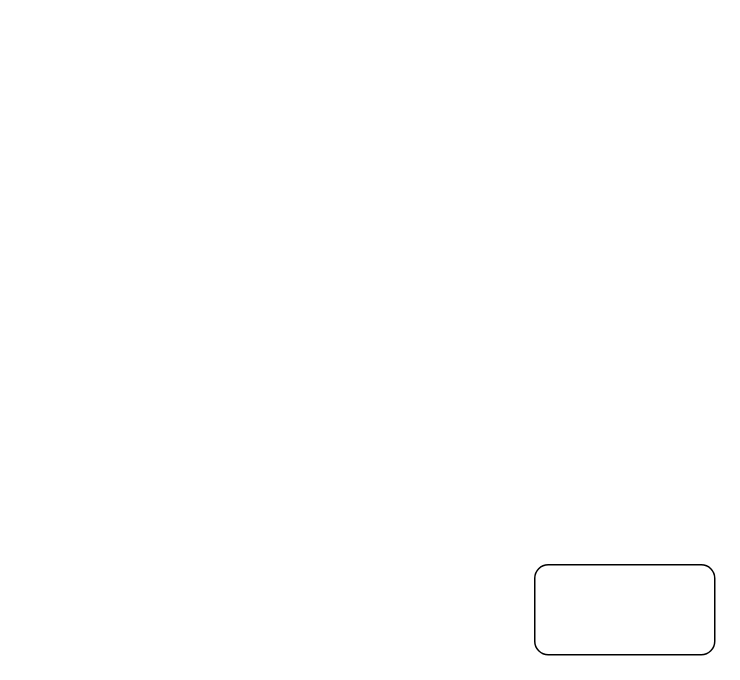
The draw.io diagram 未命名绘图.drawio in nicolas-pu/draw, before the edit. Source tidied: cells renumbered, new cells numbered last; positions are measured from the earlier drawing's top-left corner, leaving out a move shared by most shapes. Both pictures are drawn from the tidied source at 150%, with x=0, y=0 at pixel (534, 564).
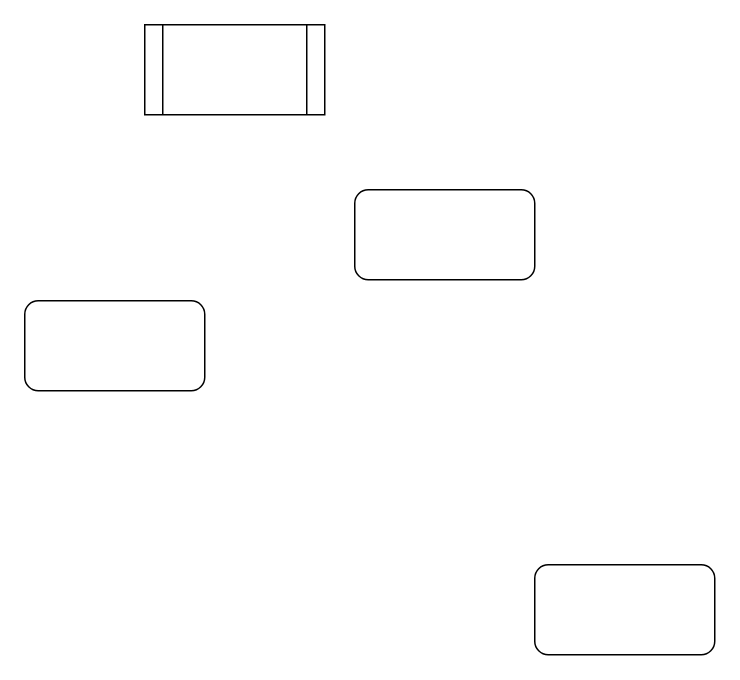
The same diagram, later.

Commit message (it also covers changes not shown here):
更新未命名绘图.drawio

The edit, as a diff of the source:
```diff
@@
 <mxGraphModel>
   <root>
     <mxCell id="0" />
     <mxCell id="1" parent="0" />
     <mxCell id="2" style="rounded=1;whiteSpace=wrap;html=1;" parent="1" vertex="1">
       <mxGeometry width="120" height="60" as="geometry" />
     </mxCell>
+    <mxCell id="3" style="rounded=1;whiteSpace=wrap;html=1;" parent="1" vertex="1">
+      <mxGeometry x="-120" y="-250" width="120" height="60" as="geometry" />
+    </mxCell>
+    <mxCell id="4" style="shape=process;whiteSpace=wrap;html=1;backgroundOutline=1;" parent="1" vertex="1">
+      <mxGeometry x="-260" y="-360" width="120" height="60" as="geometry" />
+    </mxCell>
+    <mxCell id="5" style="rounded=1;whiteSpace=wrap;html=1;" parent="1" vertex="1">
+      <mxGeometry x="-340" y="-176" width="120" height="60" as="geometry" />
+    </mxCell>
   </root>
 </mxGraphModel>
```
